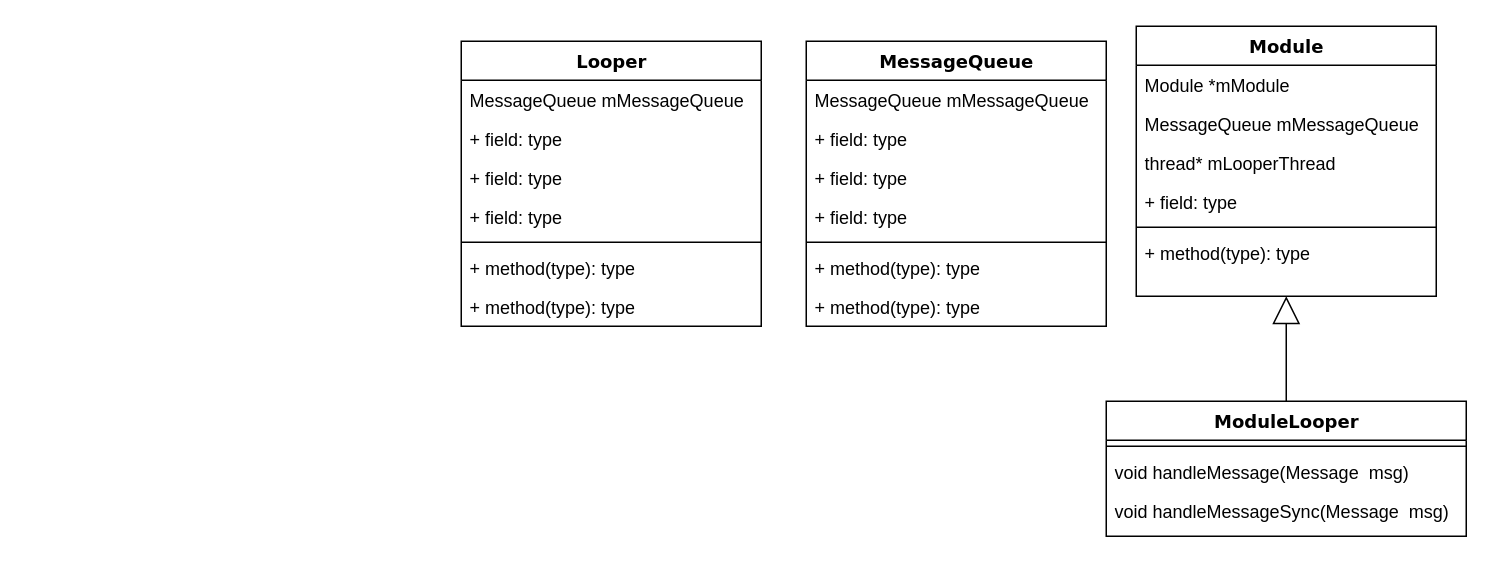
This is qcril.drawio from borlandong/diagrams, a draw.io file, before an edit. Source tidied: cells renumbered, new cells numbered last; positions are measured from the earlier drawing's top-left corner, leaving out a move shared by most shapes. Both pictures are drawn from the tidied source at 150%, with x=0, y=0 at pixel (460, 26).
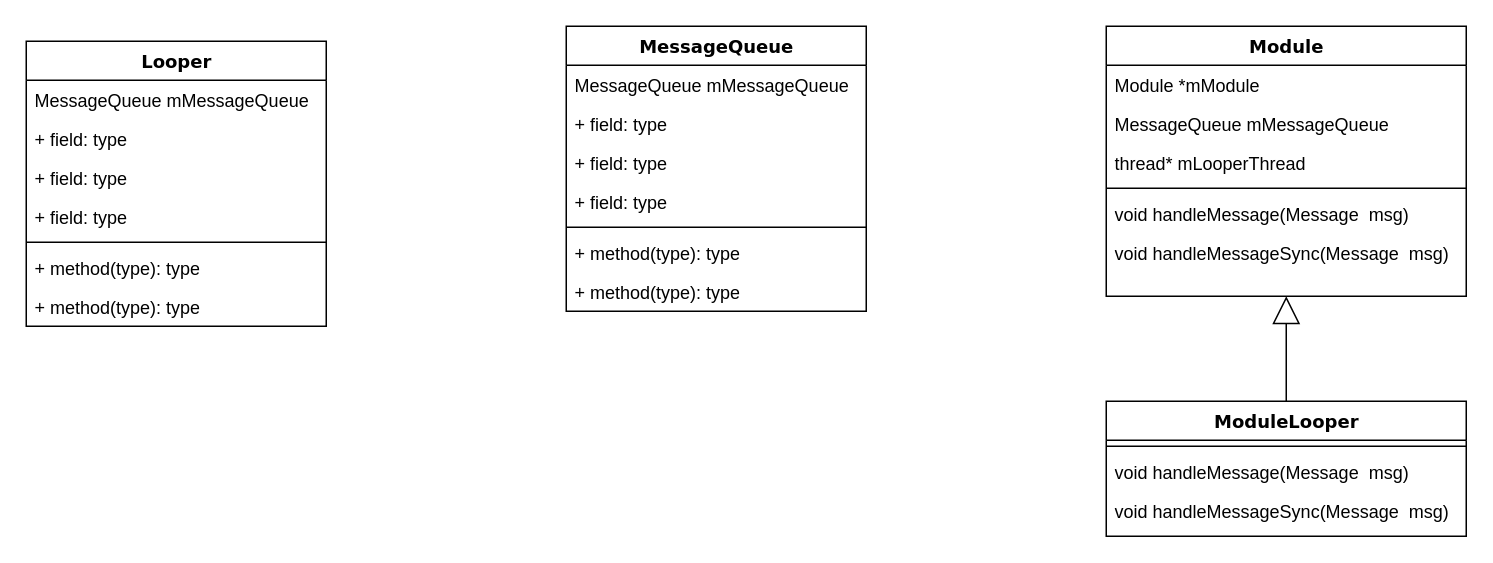
The same diagram, later.

Change to the diagram source:
```diff
@@
     <mxCell id="2" value="Looper" style="swimlane;html=1;fontStyle=1;align=center;verticalAlign=top;horizontal=1;startSize=26;swimlaneFillColor=#ffffff;rounded=0;shadow=0;comic=0;labelBackgroundColor=none;strokeWidth=1;fillColor=none;fontFamily=Verdana;fontSize=12;" parent="1" vertex="1">
-      <mxGeometry y="10" width="200" height="190" as="geometry" />
+      <mxGeometry x="-290" y="10" width="200" height="190" as="geometry" />
     </mxCell>
@@
     <mxCell id="10" value="MessageQueue" style="swimlane;html=1;fontStyle=1;align=center;verticalAlign=top;horizontal=1;startSize=26;swimlaneFillColor=#ffffff;rounded=0;shadow=0;comic=0;labelBackgroundColor=none;strokeWidth=1;fillColor=none;fontFamily=Verdana;fontSize=12;" parent="1" vertex="1">
-      <mxGeometry x="230" y="10" width="200" height="190" as="geometry" />
+      <mxGeometry x="70" width="200" height="190" as="geometry" />
     </mxCell>
@@
     <mxCell id="18" value="Module" style="swimlane;html=1;fontStyle=1;align=center;verticalAlign=top;horizontal=1;startSize=26;swimlaneFillColor=#ffffff;rounded=0;shadow=0;comic=0;labelBackgroundColor=none;strokeWidth=1;fillColor=none;fontFamily=Verdana;fontSize=12;" parent="1" vertex="1">
-      <mxGeometry x="450" width="200" height="180" as="geometry" />
+      <mxGeometry x="430" width="240" height="180" as="geometry" />
     </mxCell>
     <mxCell id="19" value="Module *mModule" style="text;html=1;strokeColor=none;fillColor=none;align=left;verticalAlign=top;spacingLeft=4;spacingRight=4;whiteSpace=wrap;overflow=hidden;" parent="18" vertex="1">
-      <mxGeometry y="26" width="200" height="26" as="geometry" />
+      <mxGeometry y="26" width="240" height="26" as="geometry" />
     </mxCell>
     <mxCell id="20" value="MessageQueue mMessageQueue" style="text;html=1;strokeColor=none;fillColor=none;align=left;verticalAlign=top;spacingLeft=4;spacingRight=4;whiteSpace=wrap;overflow=hidden;" parent="18" vertex="1">
-      <mxGeometry y="52" width="200" height="26" as="geometry" />
+      <mxGeometry y="52" width="240" height="26" as="geometry" />
     </mxCell>
     <mxCell id="21" value="thread* mLooperThread" style="text;html=1;strokeColor=none;fillColor=none;align=left;verticalAlign=top;spacingLeft=4;spacingRight=4;whiteSpace=wrap;overflow=hidden;" parent="18" vertex="1">
-      <mxGeometry y="78" width="200" height="26" as="geometry" />
+      <mxGeometry y="78" width="240" height="26" as="geometry" />
     </mxCell>
-    <mxCell id="22" value="+ field: type" style="text;html=1;strokeColor=none;fillColor=none;align=left;verticalAlign=top;spacingLeft=4;spacingRight=4;whiteSpace=wrap;overflow=hidden;" parent="18" vertex="1">
-      <mxGeometry y="104" width="200" height="26" as="geometry" />
-    </mxCell>
     <mxCell id="23" style="line;html=1;strokeWidth=1;fillColor=none;align=left;verticalAlign=middle;spacingTop=-1;spacingLeft=3;spacingRight=3;labelPosition=right;" parent="18" vertex="1">
-      <mxGeometry y="130" width="200" height="8" as="geometry" />
+      <mxGeometry y="104" width="240" height="8" as="geometry" />
     </mxCell>
-    <mxCell id="24" value="+ method(type): type" style="text;html=1;strokeColor=none;fillColor=none;align=left;verticalAlign=top;spacingLeft=4;spacingRight=4;whiteSpace=wrap;overflow=hidden;" parent="18" vertex="1">
-      <mxGeometry y="138" width="200" height="26" as="geometry" />
-    </mxCell>
+    <mxCell id="30" value="void handleMessage(Message&amp;nbsp; msg)" style="text;html=1;strokeColor=none;fillColor=none;align=left;verticalAlign=top;spacingLeft=4;spacingRight=4;whiteSpace=wrap;overflow=hidden;" parent="18" vertex="1">
+      <mxGeometry y="112" width="240" height="26" as="geometry" />
+    </mxCell>
+    <mxCell id="31" value="void handleMessageSync(Message&amp;nbsp; msg)" style="text;html=1;strokeColor=none;fillColor=none;align=left;verticalAlign=top;spacingLeft=4;spacingRight=4;whiteSpace=wrap;overflow=hidden;" parent="18" vertex="1">
+      <mxGeometry y="138" width="240" height="26" as="geometry" />
+    </mxCell>
```
